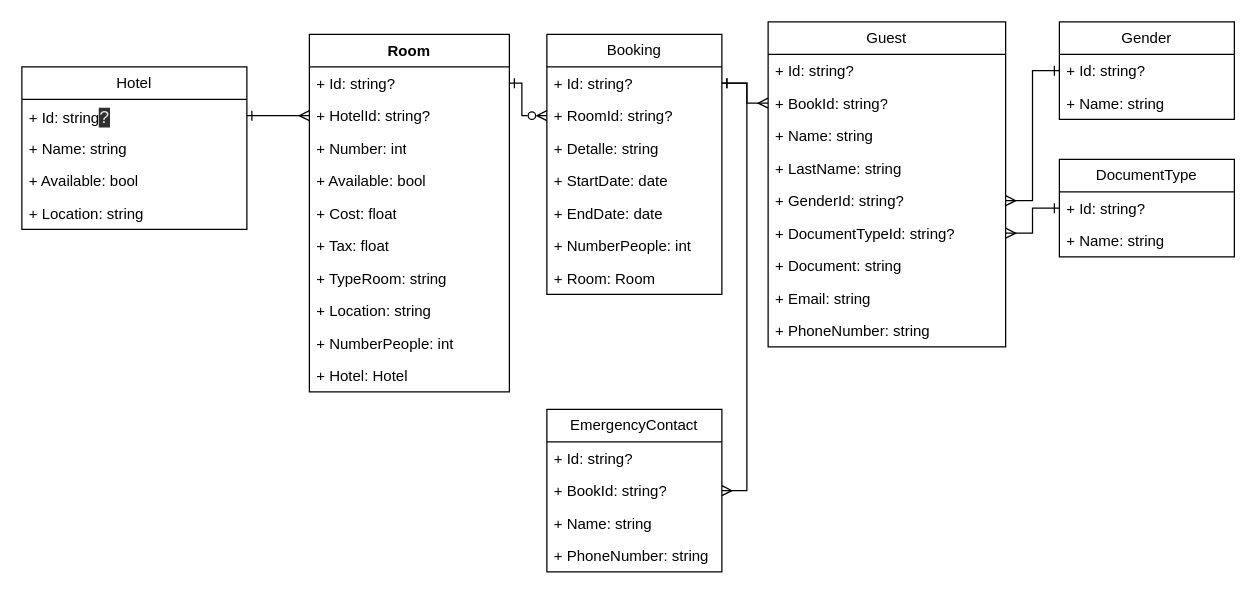
Above: Diagrama sin título.drawio in Alejo215/AppHoteles (draw.io), before the change. Source tidied: cells renumbered, new cells numbered last; positions are measured from the earlier drawing's top-left corner, leaving out a move shared by most shapes. Both pictures are drawn from the tidied source at 125%, with x=0, y=0 at pixel (21, 21).
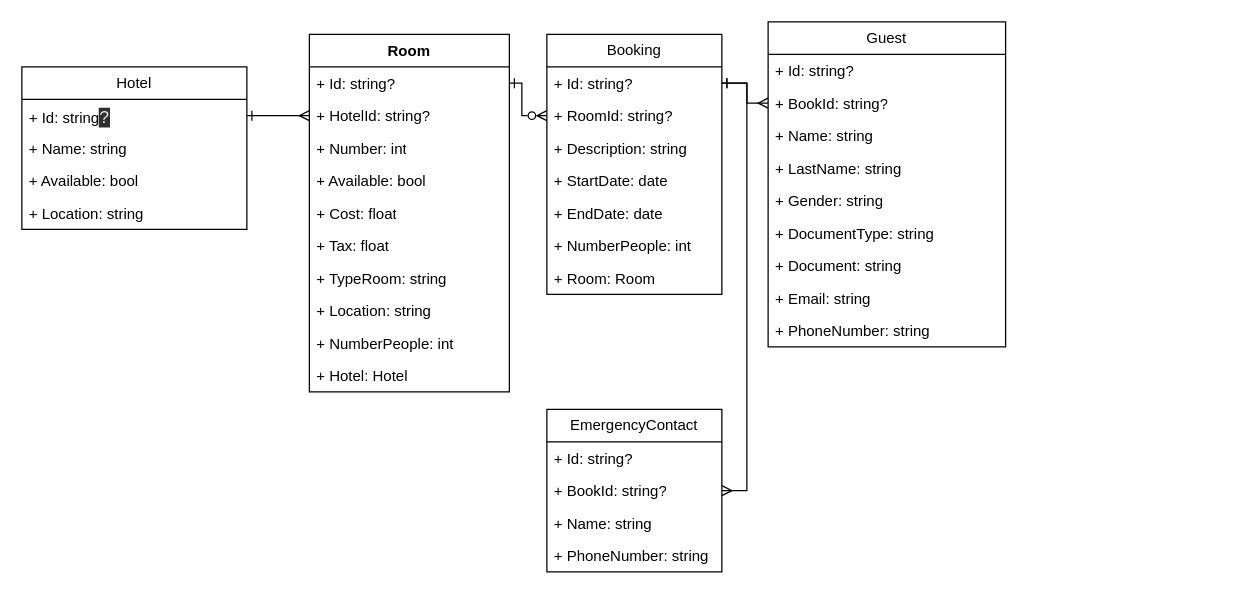
After the change.

Commit message:
Se integran el genero y el tipo de documento

The change refers to these unchanged cells:
```xml
<mxCell id="18" value="Booking" style="swimlane;fontStyle=0;horizontal=1;startSize=26;fillColor=none;whiteSpace=wrap;html=1;" parent="1" vertex="1">
  <mxGeometry x="420" y="10" width="140" height="208" as="geometry" />
</mxCell>
<mxCell id="26" value="Guest" style="swimlane;fontStyle=0;horizontal=1;startSize=26;fillColor=none;whiteSpace=wrap;html=1;" parent="1" vertex="1">
  <mxGeometry x="597" width="190" height="260" as="geometry" />
</mxCell>
```

The edit, as a diff of the source:
```diff
@@
-    <mxCell id="21" value="+ Detalle: string" style="text;strokeColor=none;fillColor=none;align=left;verticalAlign=top;spacingLeft=4;spacingRight=4;overflow=hidden;whiteSpace=wrap;html=1;" parent="18" vertex="1">
+    <mxCell id="21" value="+ Description: string" style="text;strokeColor=none;fillColor=none;align=left;verticalAlign=top;spacingLeft=4;spacingRight=4;overflow=hidden;whiteSpace=wrap;html=1;" parent="18" vertex="1">
       <mxGeometry y="78" width="140" height="26" as="geometry" />
     </mxCell>
@@
-    <mxCell id="31" value="+ GenderId: string?" style="text;strokeColor=none;fillColor=none;align=left;verticalAlign=top;spacingLeft=4;spacingRight=4;overflow=hidden;points=[[0,0.5],[1,0.5]];portConstraint=eastwest;whiteSpace=wrap;html=1;" parent="26" vertex="1">
+    <mxCell id="31" value="+ Gender: string" style="text;strokeColor=none;fillColor=none;align=left;verticalAlign=top;spacingLeft=4;spacingRight=4;overflow=hidden;points=[[0,0.5],[1,0.5]];portConstraint=eastwest;whiteSpace=wrap;html=1;" parent="26" vertex="1">
       <mxGeometry y="130" width="190" height="26" as="geometry" />
     </mxCell>
-    <mxCell id="32" value="+ DocumentTypeId: string?" style="text;strokeColor=none;fillColor=none;align=left;verticalAlign=top;spacingLeft=4;spacingRight=4;overflow=hidden;points=[[0,0.5],[1,0.5]];portConstraint=eastwest;whiteSpace=wrap;html=1;" parent="26" vertex="1">
+    <mxCell id="32" value="+ DocumentType: string" style="text;strokeColor=none;fillColor=none;align=left;verticalAlign=top;spacingLeft=4;spacingRight=4;overflow=hidden;points=[[0,0.5],[1,0.5]];portConstraint=eastwest;whiteSpace=wrap;html=1;" parent="26" vertex="1">
       <mxGeometry y="156" width="190" height="26" as="geometry" />
     </mxCell>
@@
-    <mxCell id="45" value="Gender" style="swimlane;fontStyle=0;horizontal=1;startSize=26;fillColor=none;whiteSpace=wrap;html=1;" parent="1" vertex="1">
-      <mxGeometry x="830" width="140" height="78" as="geometry" />
-    </mxCell>
-    <mxCell id="46" value="+ Id: string?" style="text;strokeColor=none;fillColor=none;align=left;verticalAlign=top;spacingLeft=4;spacingRight=4;overflow=hidden;points=[[0,0.5],[1,0.5]];portConstraint=eastwest;whiteSpace=wrap;html=1;" parent="45" vertex="1">
-      <mxGeometry y="26" width="140" height="26" as="geometry" />
-    </mxCell>
-    <mxCell id="47" value="+ Name: string" style="text;strokeColor=none;fillColor=none;align=left;verticalAlign=top;spacingLeft=4;spacingRight=4;overflow=hidden;whiteSpace=wrap;html=1;" parent="45" vertex="1">
-      <mxGeometry y="52" width="140" height="26" as="geometry" />
-    </mxCell>
-    <mxCell id="48" value="DocumentType" style="swimlane;fontStyle=0;horizontal=1;startSize=26;fillColor=none;whiteSpace=wrap;html=1;" parent="1" vertex="1">
-      <mxGeometry x="830" y="110" width="140" height="78" as="geometry" />
-    </mxCell>
-    <mxCell id="49" value="+ Id: string?" style="text;strokeColor=none;fillColor=none;align=left;verticalAlign=top;spacingLeft=4;spacingRight=4;overflow=hidden;points=[[0,0.5],[1,0.5]];portConstraint=eastwest;whiteSpace=wrap;html=1;" parent="48" vertex="1">
-      <mxGeometry y="26" width="140" height="26" as="geometry" />
-    </mxCell>
-    <mxCell id="50" value="+ Name: string" style="text;strokeColor=none;fillColor=none;align=left;verticalAlign=top;spacingLeft=4;spacingRight=4;overflow=hidden;whiteSpace=wrap;html=1;" parent="48" vertex="1">
-      <mxGeometry y="52" width="140" height="26" as="geometry" />
-    </mxCell>
-    <mxCell id="51" style="edgeStyle=orthogonalEdgeStyle;rounded=0;jettySize=auto;html=1;exitX=1;exitY=0.5;exitDx=0;exitDy=0;entryX=0;entryY=0.5;entryDx=0;entryDy=0;startArrow=ERmany;startFill=0;endArrow=ERone;endFill=0;" parent="1" edge="1" source="31" target="46">
-      <mxGeometry relative="1" as="geometry" />
-    </mxCell>
-    <mxCell id="52" style="edgeStyle=orthogonalEdgeStyle;rounded=0;jettySize=auto;html=1;exitX=1;exitY=0.5;exitDx=0;exitDy=0;entryX=0;entryY=0.5;entryDx=0;entryDy=0;startArrow=ERmany;startFill=0;endArrow=ERone;endFill=0;" parent="1" edge="1" source="32" target="49">
-      <mxGeometry relative="1" as="geometry" />
-    </mxCell>
```
